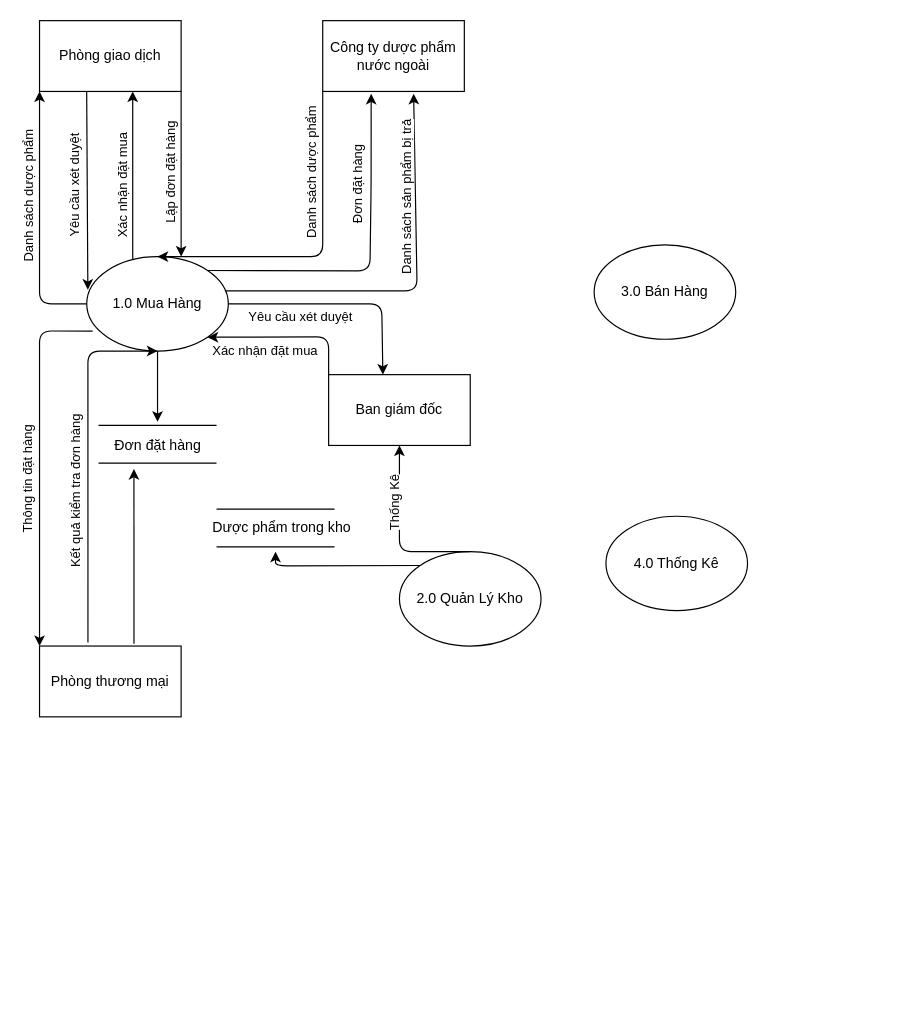
Earlier version of the draw.io diagram page "Page-4" (4 of 4) of Diagrams/BusinessInformationSystems.drawio (Nguyen-Dinh-Sang/BusinessInformationSystems). Source tidied: cells renumbered, new cells numbered last; positions are measured from the earlier drawing's top-left corner, leaving out a move shared by most shapes. Both pictures are drawn from the tidied source at 118%, with x=0, y=0 at pixel (39, 20).
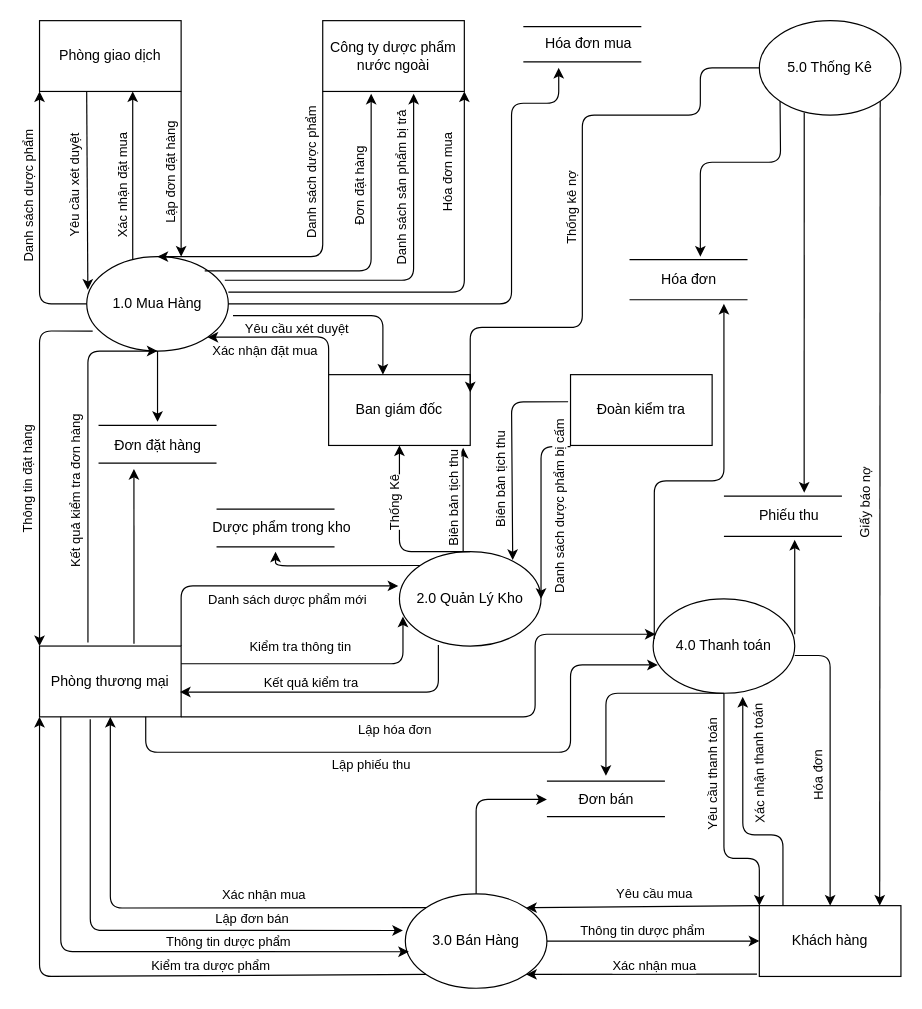
The same diagram, later.

Unchanged cells that the change refers to:
```xml
<mxCell id="2" value="1.0 Mua Hàng" style="ellipse;whiteSpace=wrap;html=1;" parent="1" vertex="1">
  <mxGeometry x="40" y="200" width="120" height="80" as="geometry" />
</mxCell>
<mxCell id="4" value="2.0 Quản Lý Kho" style="ellipse;whiteSpace=wrap;html=1;" parent="1" vertex="1">
  <mxGeometry x="305" y="450" width="120" height="80" as="geometry" />
</mxCell>
<mxCell id="6" value="Công ty dược phẩm nước ngoài" style="rounded=0;whiteSpace=wrap;html=1;" parent="1" vertex="1">
  <mxGeometry x="240" width="120" height="60" as="geometry" />
</mxCell>
<mxCell id="23" value="Ban giám đốc" style="rounded=0;whiteSpace=wrap;html=1;" parent="1" vertex="1">
  <mxGeometry x="245" y="300" width="120" height="60" as="geometry" />
</mxCell>
<mxCell id="28" value="Phòng thương mại" style="rounded=0;whiteSpace=wrap;html=1;" parent="1" vertex="1">
  <mxGeometry y="530" width="120" height="60" as="geometry" />
</mxCell>
```

The edit, as a diff of the source:
```diff
@@
     <mxCell id="3" value="3.0 Bán Hàng" style="ellipse;whiteSpace=wrap;html=1;" parent="1" vertex="1">
-      <mxGeometry x="470" y="190" width="120" height="80" as="geometry" />
+      <mxGeometry x="310" y="740" width="120" height="80" as="geometry" />
     </mxCell>
@@
-    <mxCell id="5" value="4.0 Thống Kê" style="ellipse;whiteSpace=wrap;html=1;" parent="1" vertex="1">
-      <mxGeometry x="480" y="420" width="120" height="80" as="geometry" />
+    <mxCell id="5" value="5.0 Thống Kê" style="ellipse;whiteSpace=wrap;html=1;" parent="1" vertex="1">
+      <mxGeometry x="610" width="120" height="80" as="geometry" />
     </mxCell>
@@
-    <mxCell id="9" style="endArrow=classic;html=1;exitX=1;exitY=0;exitDx=0;exitDy=0;entryX=0.342;entryY=1.033;entryDx=0;entryDy=0;entryPerimeter=0;" parent="1" edge="1" source="2" target="6">
+    <mxCell id="9" style="endArrow=classic;html=1;entryX=0.342;entryY=1.033;entryDx=0;entryDy=0;entryPerimeter=0;" parent="1" edge="1" target="6">
       <mxGeometry relative="1" as="geometry">
+        <mxPoint x="140" y="212" as="sourcePoint" />
         <Array as="points">
-          <mxPoint x="280" y="212" />
+          <mxPoint x="281" y="212" />
           <mxPoint x="281" y="140" />
         </Array>
       </mxGeometry>
     </mxCell>
@@
-    <mxCell id="11" style="endArrow=classic;html=1;exitX=0.975;exitY=0.363;exitDx=0;exitDy=0;exitPerimeter=0;entryX=0.642;entryY=1.033;entryDx=0;entryDy=0;entryPerimeter=0;" parent="1" edge="1" source="2" target="6">
+    <mxCell id="11" style="endArrow=classic;html=1;entryX=0.642;entryY=1.033;entryDx=0;entryDy=0;entryPerimeter=0;" parent="1" edge="1" target="6">
       <mxGeometry relative="1" as="geometry">
+        <mxPoint x="157" y="220" as="sourcePoint" />
         <Array as="points">
-          <mxPoint x="320" y="229" />
+          <mxPoint x="317" y="220" />
         </Array>
       </mxGeometry>
     </mxCell>
@@
-    <mxCell id="24" style="endArrow=classic;html=1;exitX=1;exitY=0.5;exitDx=0;exitDy=0;entryX=0.383;entryY=0;entryDx=0;entryDy=0;entryPerimeter=0;" parent="1" edge="1" source="2" target="23">
+    <mxCell id="24" style="endArrow=classic;html=1;exitX=1.033;exitY=0.625;exitDx=0;exitDy=0;entryX=0.383;entryY=0;entryDx=0;entryDy=0;entryPerimeter=0;exitPerimeter=0;" parent="1" edge="1" source="2" target="23">
       <mxGeometry relative="1" as="geometry">
         <Array as="points">
-          <mxPoint x="290" y="240" />
+          <mxPoint x="291" y="250" />
         </Array>
       </mxGeometry>
     </mxCell>
@@
+    <mxCell id="41" style="endArrow=classic;html=1;exitX=1;exitY=0;exitDx=0;exitDy=0;entryX=-0.008;entryY=0.363;entryDx=0;entryDy=0;entryPerimeter=0;" parent="1" edge="1" source="28" target="4">
+      <mxGeometry relative="1" as="geometry">
+        <Array as="points">
+          <mxPoint x="120" y="479" />
+        </Array>
+      </mxGeometry>
+    </mxCell>
+    <mxCell id="42" value="Danh sách dược phẩm mới" style="edgeLabel;html=1;align=center;verticalAlign=middle;" parent="41" vertex="1">
+      <mxGeometry relative="1" as="geometry">
+        <mxPoint x="23" y="11" as="offset" />
+      </mxGeometry>
+    </mxCell>
+    <mxCell id="43" style="endArrow=classic;html=1;exitX=1;exitY=0.25;exitDx=0;exitDy=0;entryX=0.025;entryY=0.688;entryDx=0;entryDy=0;entryPerimeter=0;" parent="1" edge="1" source="28" target="4">
+      <mxGeometry relative="1" as="geometry">
+        <Array as="points">
+          <mxPoint x="308" y="545" />
+        </Array>
+      </mxGeometry>
+    </mxCell>
+    <mxCell id="44" value="Kiểm tra thông tin" style="edgeLabel;html=1;align=center;verticalAlign=middle;" parent="43" vertex="1">
+      <mxGeometry relative="1" as="geometry">
+        <mxPoint x="-14" y="-15" as="offset" />
+      </mxGeometry>
+    </mxCell>
+    <mxCell id="45" style="endArrow=classic;html=1;exitX=0.275;exitY=0.988;exitDx=0;exitDy=0;exitPerimeter=0;entryX=0.992;entryY=0.65;entryDx=0;entryDy=0;entryPerimeter=0;" parent="1" edge="1" source="4" target="28">
+      <mxGeometry relative="1" as="geometry">
+        <Array as="points">
+          <mxPoint x="338" y="569" />
+        </Array>
+      </mxGeometry>
+    </mxCell>
+    <mxCell id="46" value="Kết quả kiểm tra" style="edgeLabel;html=1;align=center;verticalAlign=middle;" parent="45" vertex="1">
+      <mxGeometry relative="1" as="geometry">
+        <mxPoint x="-19" y="-9" as="offset" />
+      </mxGeometry>
+    </mxCell>
+    <mxCell id="47" value="4.0 Thanh toán" style="ellipse;whiteSpace=wrap;html=1;" parent="1" vertex="1">
+      <mxGeometry x="520" y="490" width="120" height="80" as="geometry" />
+    </mxCell>
+    <mxCell id="48" style="endArrow=classic;html=1;entryX=0.95;entryY=1.033;entryDx=0;entryDy=0;entryPerimeter=0;" parent="1" edge="1" target="23">
+      <mxGeometry relative="1" as="geometry">
+        <mxPoint x="359" y="450" as="sourcePoint" />
+      </mxGeometry>
+    </mxCell>
+    <mxCell id="49" value="Biên bản tịch thu" style="edgeLabel;html=1;align=center;verticalAlign=middle;rotation=-90;" parent="48" vertex="1">
+      <mxGeometry relative="1" as="geometry">
+        <mxPoint x="-9" as="offset" />
+      </mxGeometry>
+    </mxCell>
+    <mxCell id="50" value="Đoàn kiểm tra" style="rounded=0;whiteSpace=wrap;html=1;" parent="1" vertex="1">
+      <mxGeometry x="450" y="300" width="120" height="60" as="geometry" />
+    </mxCell>
+    <mxCell id="51" style="endArrow=classic;html=1;exitX=-0.017;exitY=0.383;exitDx=0;exitDy=0;exitPerimeter=0;entryX=0.8;entryY=0.088;entryDx=0;entryDy=0;entryPerimeter=0;" parent="1" edge="1" source="50" target="4">
+      <mxGeometry relative="1" as="geometry">
+        <Array as="points">
+          <mxPoint x="400" y="323" />
+        </Array>
+      </mxGeometry>
+    </mxCell>
+    <mxCell id="52" value="Biên bản tịch thu" style="edgeLabel;html=1;align=center;verticalAlign=middle;rotation=-90;" parent="51" vertex="1">
+      <mxGeometry relative="1" as="geometry">
+        <mxPoint x="-10.3" y="24" as="offset" />
+      </mxGeometry>
+    </mxCell>
+    <mxCell id="53" style="endArrow=classic;html=1;entryX=1;entryY=0.5;entryDx=0;entryDy=0;" parent="1" edge="1" target="4">
+      <mxGeometry relative="1" as="geometry">
+        <mxPoint x="450" y="361" as="sourcePoint" />
+        <Array as="points">
+          <mxPoint x="425" y="361" />
+        </Array>
+      </mxGeometry>
+    </mxCell>
+    <mxCell id="54" value="Danh sách dược phẩm bị cấm" style="edgeLabel;html=1;align=center;verticalAlign=middle;rotation=-90;" parent="53" vertex="1">
+      <mxGeometry relative="1" as="geometry">
+        <mxPoint x="15" as="offset" />
+      </mxGeometry>
+    </mxCell>
+    <mxCell id="55" value="Khách hàng" style="rounded=0;whiteSpace=wrap;html=1;" parent="1" vertex="1">
+      <mxGeometry x="610" y="750" width="120" height="60" as="geometry" />
+    </mxCell>
+    <mxCell id="56" style="endArrow=classic;html=1;exitX=0;exitY=0;exitDx=0;exitDy=0;entryX=1;entryY=0;entryDx=0;entryDy=0;" parent="1" edge="1" source="55" target="3">
+      <mxGeometry relative="1" as="geometry" />
+    </mxCell>
+    <mxCell id="57" value="Yêu cầu mua" style="edgeLabel;html=1;align=center;verticalAlign=middle;" parent="56" vertex="1">
+      <mxGeometry relative="1" as="geometry">
+        <mxPoint x="9" y="-10.9" as="offset" />
+      </mxGeometry>
+    </mxCell>
+    <mxCell id="58" style="endArrow=classic;html=1;exitX=1;exitY=0.5;exitDx=0;exitDy=0;entryX=0;entryY=0.5;entryDx=0;entryDy=0;" parent="1" edge="1" source="3" target="55">
+      <mxGeometry relative="1" as="geometry" />
+    </mxCell>
+    <mxCell id="59" value="Thông tin dược phẩm" style="edgeLabel;html=1;align=center;verticalAlign=middle;" parent="58" vertex="1">
+      <mxGeometry relative="1" as="geometry">
+        <mxPoint x="-10" y="-10" as="offset" />
+      </mxGeometry>
+    </mxCell>
+    <mxCell id="60" style="endArrow=classic;html=1;entryX=1;entryY=1;entryDx=0;entryDy=0;" parent="1" edge="1" target="3">
+      <mxGeometry relative="1" as="geometry">
+        <mxPoint x="608" y="808" as="sourcePoint" />
+      </mxGeometry>
+    </mxCell>
+    <mxCell id="61" value="Xác nhận mua" style="edgeLabel;html=1;align=center;verticalAlign=middle;" parent="60" vertex="1">
+      <mxGeometry relative="1" as="geometry">
+        <mxPoint x="10" y="-8.1" as="offset" />
+      </mxGeometry>
+    </mxCell>
+    <mxCell id="62" style="endArrow=classic;html=1;entryX=0;entryY=1;entryDx=0;entryDy=0;exitX=0;exitY=1;exitDx=0;exitDy=0;" parent="1" edge="1" source="3" target="28">
+      <mxGeometry relative="1" as="geometry">
+        <Array as="points">
+          <mxPoint y="810" />
+        </Array>
+      </mxGeometry>
+    </mxCell>
+    <mxCell id="63" value="Kiểm tra dược phẩm" style="edgeLabel;html=1;align=center;verticalAlign=middle;" parent="62" vertex="1">
+      <mxGeometry relative="1" as="geometry">
+        <mxPoint x="91.4" y="-9.7" as="offset" />
+      </mxGeometry>
+    </mxCell>
+    <mxCell id="64" style="endArrow=classic;html=1;exitX=0.15;exitY=1.067;exitDx=0;exitDy=0;exitPerimeter=0;entryX=0.025;entryY=0.613;entryDx=0;entryDy=0;entryPerimeter=0;" parent="1" edge="1" target="3">
+      <mxGeometry relative="1" as="geometry">
+        <mxPoint x="18" y="590" as="sourcePoint" />
+        <Array as="points">
+          <mxPoint x="18" y="789" />
+        </Array>
+      </mxGeometry>
+    </mxCell>
+    <mxCell id="65" value="Thông tin dược phẩm" style="edgeLabel;html=1;align=center;verticalAlign=middle;" parent="64" vertex="1">
+      <mxGeometry relative="1" as="geometry">
+        <mxPoint x="94" y="-9" as="offset" />
+      </mxGeometry>
+    </mxCell>
+    <mxCell id="66" style="endArrow=classic;html=1;exitX=0.358;exitY=1.033;exitDx=0;exitDy=0;exitPerimeter=0;entryX=-0.017;entryY=0.388;entryDx=0;entryDy=0;entryPerimeter=0;" parent="1" edge="1" source="28" target="3">
+      <mxGeometry relative="1" as="geometry">
+        <Array as="points">
+          <mxPoint x="43" y="771" />
+        </Array>
+      </mxGeometry>
+    </mxCell>
+    <mxCell id="67" value="Lập đơn bán" style="edgeLabel;html=1;align=center;verticalAlign=middle;" parent="66" vertex="1">
+      <mxGeometry relative="1" as="geometry">
+        <mxPoint x="94" y="-11" as="offset" />
+      </mxGeometry>
+    </mxCell>
+    <mxCell id="68" style="endArrow=classic;html=1;exitX=0;exitY=0;exitDx=0;exitDy=0;entryX=0.5;entryY=1;entryDx=0;entryDy=0;" parent="1" edge="1" source="3" target="28">
+      <mxGeometry relative="1" as="geometry">
+        <Array as="points">
+          <mxPoint x="60" y="752" />
+        </Array>
+      </mxGeometry>
+    </mxCell>
+    <mxCell id="69" value="Xác nhận mua" style="edgeLabel;html=1;align=center;verticalAlign=middle;" parent="68" vertex="1">
+      <mxGeometry relative="1" as="geometry">
+        <mxPoint x="77.4" y="-11.9" as="offset" />
+      </mxGeometry>
+    </mxCell>
+    <mxCell id="70" style="shape=link;html=1;width=30;" parent="1" edge="1">
+      <mxGeometry relative="1" as="geometry">
+        <mxPoint x="430" y="659.5" as="sourcePoint" />
+        <mxPoint x="530" y="659.5" as="targetPoint" />
+      </mxGeometry>
+    </mxCell>
+    <mxCell id="71" value="Đơn bán" style="text;html=1;align=center;verticalAlign=middle;" parent="1" vertex="1">
+      <mxGeometry x="450" y="650" width="60" height="20" as="geometry" />
+    </mxCell>
+    <mxCell id="72" style="endArrow=classic;html=1;exitX=0.5;exitY=0;exitDx=0;exitDy=0;" parent="1" edge="1" source="3">
+      <mxGeometry relative="1" as="geometry">
+        <mxPoint x="430" y="660" as="targetPoint" />
+        <Array as="points">
+          <mxPoint x="370" y="660" />
+        </Array>
+      </mxGeometry>
+    </mxCell>
+    <mxCell id="73" style="endArrow=classic;html=1;exitX=0.5;exitY=1;exitDx=0;exitDy=0;" parent="1" edge="1" source="47">
+      <mxGeometry relative="1" as="geometry">
+        <mxPoint x="480" y="640" as="targetPoint" />
+        <Array as="points">
+          <mxPoint x="480" y="570" />
+        </Array>
+      </mxGeometry>
+    </mxCell>
+    <mxCell id="74" style="endArrow=classic;html=1;exitX=1;exitY=1;exitDx=0;exitDy=0;entryX=0.017;entryY=0.375;entryDx=0;entryDy=0;entryPerimeter=0;" parent="1" edge="1" source="28" target="47">
+      <mxGeometry relative="1" as="geometry">
+        <Array as="points">
+          <mxPoint x="420" y="590" />
+          <mxPoint x="420" y="520" />
+        </Array>
+      </mxGeometry>
+    </mxCell>
+    <mxCell id="75" value="Lập hóa đơn" style="edgeLabel;html=1;align=center;verticalAlign=middle;" parent="74" vertex="1">
+      <mxGeometry relative="1" as="geometry">
+        <mxPoint x="-56" y="10" as="offset" />
+      </mxGeometry>
+    </mxCell>
+    <mxCell id="76" style="endArrow=classic;html=1;exitX=0.75;exitY=1;exitDx=0;exitDy=0;entryX=0.033;entryY=0.7;entryDx=0;entryDy=0;entryPerimeter=0;" parent="1" edge="1" source="28" target="47">
+      <mxGeometry relative="1" as="geometry">
+        <Array as="points">
+          <mxPoint x="90" y="620" />
+          <mxPoint x="450" y="620" />
+          <mxPoint x="450" y="546" />
+        </Array>
+      </mxGeometry>
+    </mxCell>
+    <mxCell id="77" value="Lập phiếu thu" style="edgeLabel;html=1;align=center;verticalAlign=middle;" parent="76" vertex="1">
+      <mxGeometry relative="1" as="geometry">
+        <mxPoint x="-49" y="10" as="offset" />
+      </mxGeometry>
+    </mxCell>
+    <mxCell id="78" style="shape=link;html=1;width=34;" parent="1" edge="1">
+      <mxGeometry relative="1" as="geometry">
+        <mxPoint x="500" y="219.5" as="sourcePoint" />
+        <mxPoint x="600" y="219.5" as="targetPoint" />
+      </mxGeometry>
+    </mxCell>
+    <mxCell id="79" style="endArrow=classic;html=1;exitX=0.008;exitY=0.425;exitDx=0;exitDy=0;exitPerimeter=0;" parent="1" edge="1" source="47">
+      <mxGeometry relative="1" as="geometry">
+        <mxPoint x="580" y="240" as="targetPoint" />
+        <Array as="points">
+          <mxPoint x="521" y="390" />
+          <mxPoint x="580" y="390" />
+        </Array>
+      </mxGeometry>
+    </mxCell>
+    <mxCell id="80" style="endArrow=classic;html=1;" parent="1" edge="1">
+      <mxGeometry relative="1" as="geometry">
+        <mxPoint x="640" y="520" as="sourcePoint" />
+        <mxPoint x="640" y="440" as="targetPoint" />
+      </mxGeometry>
+    </mxCell>
+    <mxCell id="81" value="Hóa đơn" style="text;html=1;align=center;verticalAlign=middle;" parent="1" vertex="1">
+      <mxGeometry x="520" y="210" width="60" height="20" as="geometry" />
+    </mxCell>
+    <mxCell id="82" style="shape=link;html=1;width=32;" parent="1" edge="1">
+      <mxGeometry relative="1" as="geometry">
+        <mxPoint x="620" y="420" as="sourcePoint" />
+        <mxPoint x="620" y="420" as="targetPoint" />
+      </mxGeometry>
+    </mxCell>
+    <mxCell id="83" style="shape=link;html=1;width=34;" parent="1" edge="1">
+      <mxGeometry relative="1" as="geometry">
+        <mxPoint x="580" y="420" as="sourcePoint" />
+        <mxPoint x="680" y="420" as="targetPoint" />
+      </mxGeometry>
+    </mxCell>
+    <mxCell id="84" value="Phiếu thu" style="text;html=1;align=center;verticalAlign=middle;" parent="1" vertex="1">
+      <mxGeometry x="600" y="410" width="70" height="20" as="geometry" />
+    </mxCell>
+    <mxCell id="85" style="endArrow=classic;html=1;exitX=0.5;exitY=1;exitDx=0;exitDy=0;" parent="1" edge="1" source="47">
+      <mxGeometry relative="1" as="geometry">
+        <mxPoint x="610" y="750" as="targetPoint" />
+        <Array as="points">
+          <mxPoint x="580" y="710" />
+          <mxPoint x="610" y="710" />
+        </Array>
+      </mxGeometry>
+    </mxCell>
+    <mxCell id="86" value="Yêu cầu thanh toán" style="edgeLabel;html=1;align=center;verticalAlign=middle;rotation=-90;" parent="85" vertex="1">
+      <mxGeometry relative="1" as="geometry">
+        <mxPoint x="-10" y="-35" as="offset" />
+      </mxGeometry>
+    </mxCell>
+    <mxCell id="87" style="endArrow=classic;html=1;exitX=0.167;exitY=0;exitDx=0;exitDy=0;exitPerimeter=0;entryX=0.633;entryY=1.038;entryDx=0;entryDy=0;entryPerimeter=0;" parent="1" edge="1" source="55" target="47">
+      <mxGeometry relative="1" as="geometry">
+        <Array as="points">
+          <mxPoint x="630" y="690" />
+          <mxPoint x="596" y="690" />
+        </Array>
+      </mxGeometry>
+    </mxCell>
+    <mxCell id="88" value="Xác nhận thanh toán" style="edgeLabel;html=1;align=center;verticalAlign=middle;rotation=-91;" parent="87" vertex="1">
+      <mxGeometry relative="1" as="geometry">
+        <mxPoint x="14" y="-49" as="offset" />
+      </mxGeometry>
+    </mxCell>
+    <mxCell id="89" style="endArrow=classic;html=1;exitX=1;exitY=0.6;exitDx=0;exitDy=0;exitPerimeter=0;entryX=0.5;entryY=0;entryDx=0;entryDy=0;" parent="1" edge="1" source="47" target="55">
+      <mxGeometry relative="1" as="geometry">
+        <Array as="points">
+          <mxPoint x="670" y="538" />
+        </Array>
+      </mxGeometry>
+    </mxCell>
+    <mxCell id="90" value="Hóa đơn" style="edgeLabel;html=1;align=center;verticalAlign=middle;rotation=-91;" parent="89" vertex="1">
+      <mxGeometry relative="1" as="geometry">
+        <mxPoint x="-10" y="11" as="offset" />
+      </mxGeometry>
+    </mxCell>
+    <mxCell id="91" style="endArrow=classic;html=1;entryX=1;entryY=1;entryDx=0;entryDy=0;" parent="1" edge="1" target="6">
+      <mxGeometry relative="1" as="geometry">
+        <mxPoint x="160" y="230" as="sourcePoint" />
+        <Array as="points">
+          <mxPoint x="360" y="230" />
+        </Array>
+      </mxGeometry>
+    </mxCell>
+    <mxCell id="92" value="Hóa đơn mua" style="edgeLabel;html=1;align=center;verticalAlign=middle;rotation=-90;" parent="91" vertex="1">
+      <mxGeometry relative="1" as="geometry">
+        <mxPoint y="-100" as="offset" />
+      </mxGeometry>
+    </mxCell>
+    <mxCell id="93" style="shape=link;html=1;width=30;" parent="1" edge="1">
+      <mxGeometry relative="1" as="geometry">
+        <mxPoint x="410" y="20" as="sourcePoint" />
+        <mxPoint x="510" y="20" as="targetPoint" />
+      </mxGeometry>
+    </mxCell>
+    <mxCell id="94" value="Hóa đơn mua" style="text;html=1;align=center;verticalAlign=middle;" parent="1" vertex="1">
+      <mxGeometry x="420" y="10" width="90" height="20" as="geometry" />
+    </mxCell>
+    <mxCell id="95" style="endArrow=classic;html=1;exitX=1;exitY=0.5;exitDx=0;exitDy=0;" parent="1" edge="1" source="2">
+      <mxGeometry relative="1" as="geometry">
+        <mxPoint x="440" y="40" as="targetPoint" />
+        <Array as="points">
+          <mxPoint x="400" y="240" />
+          <mxPoint x="400" y="70" />
+          <mxPoint x="440" y="70" />
+        </Array>
+      </mxGeometry>
+    </mxCell>
+    <mxCell id="96" style="endArrow=classic;html=1;exitX=0;exitY=0.5;exitDx=0;exitDy=0;entryX=1;entryY=0.25;entryDx=0;entryDy=0;" parent="1" edge="1" source="5" target="23">
+      <mxGeometry relative="1" as="geometry">
+        <Array as="points">
+          <mxPoint x="560" y="40" />
+          <mxPoint x="560" y="80" />
+          <mxPoint x="460" y="80" />
+          <mxPoint x="460" y="260" />
+          <mxPoint x="365" y="260" />
+        </Array>
+      </mxGeometry>
+    </mxCell>
+    <mxCell id="97" value="Thống kê nợ" style="edgeLabel;html=1;align=center;verticalAlign=middle;rotation=-90;" parent="96" vertex="1">
+      <mxGeometry relative="1" as="geometry">
+        <mxPoint x="-10" y="10" as="offset" />
+      </mxGeometry>
+    </mxCell>
+    <mxCell id="98" style="endArrow=classic;html=1;exitX=0.317;exitY=0.975;exitDx=0;exitDy=0;exitPerimeter=0;" parent="1" edge="1" source="5">
+      <mxGeometry relative="1" as="geometry">
+        <mxPoint x="648" y="400" as="targetPoint" />
+      </mxGeometry>
+    </mxCell>
+    <mxCell id="99" style="endArrow=classic;html=1;exitX=0;exitY=1;exitDx=0;exitDy=0;" parent="1" edge="1" source="5">
+      <mxGeometry relative="1" as="geometry">
+        <mxPoint x="560" y="200" as="targetPoint" />
+        <Array as="points">
+          <mxPoint x="628" y="120" />
+          <mxPoint x="560" y="120" />
+        </Array>
+      </mxGeometry>
+    </mxCell>
+    <mxCell id="100" style="endArrow=classic;html=1;exitX=1;exitY=1;exitDx=0;exitDy=0;entryX=0.85;entryY=0;entryDx=0;entryDy=0;entryPerimeter=0;" parent="1" edge="1" source="5" target="55">
+      <mxGeometry relative="1" as="geometry" />
+    </mxCell>
+    <mxCell id="101" value="Giấy báo nợ" style="edgeLabel;html=1;align=center;verticalAlign=middle;rotation=-89;" parent="100" vertex="1">
+      <mxGeometry relative="1" as="geometry">
+        <mxPoint x="-12.2" y="0.7" as="offset" />
+      </mxGeometry>
+    </mxCell>
```
